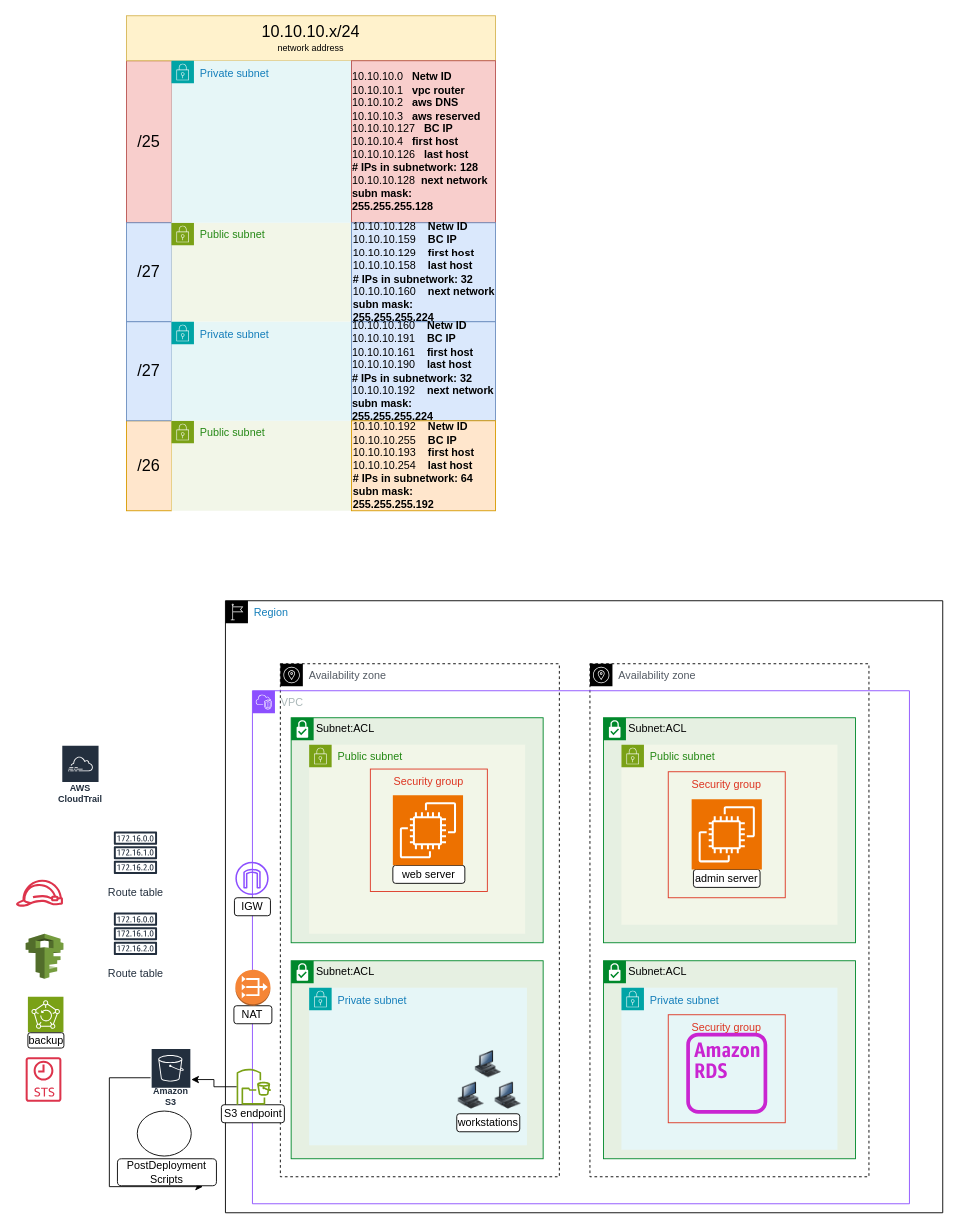
Above: 10_Final_Project/v1.0/FinalProject-v1.0.drawio in techgrounds/techgrounds-FvL69-1 (draw.io), before the change. Source tidied: cells renumbered, new cells numbered last; positions are measured from the earlier drawing's top-left corner, leaving out a move shared by most shapes. Both pictures are drawn from the tidied source at 90%, with x=0, y=0 at pixel (15, 15).
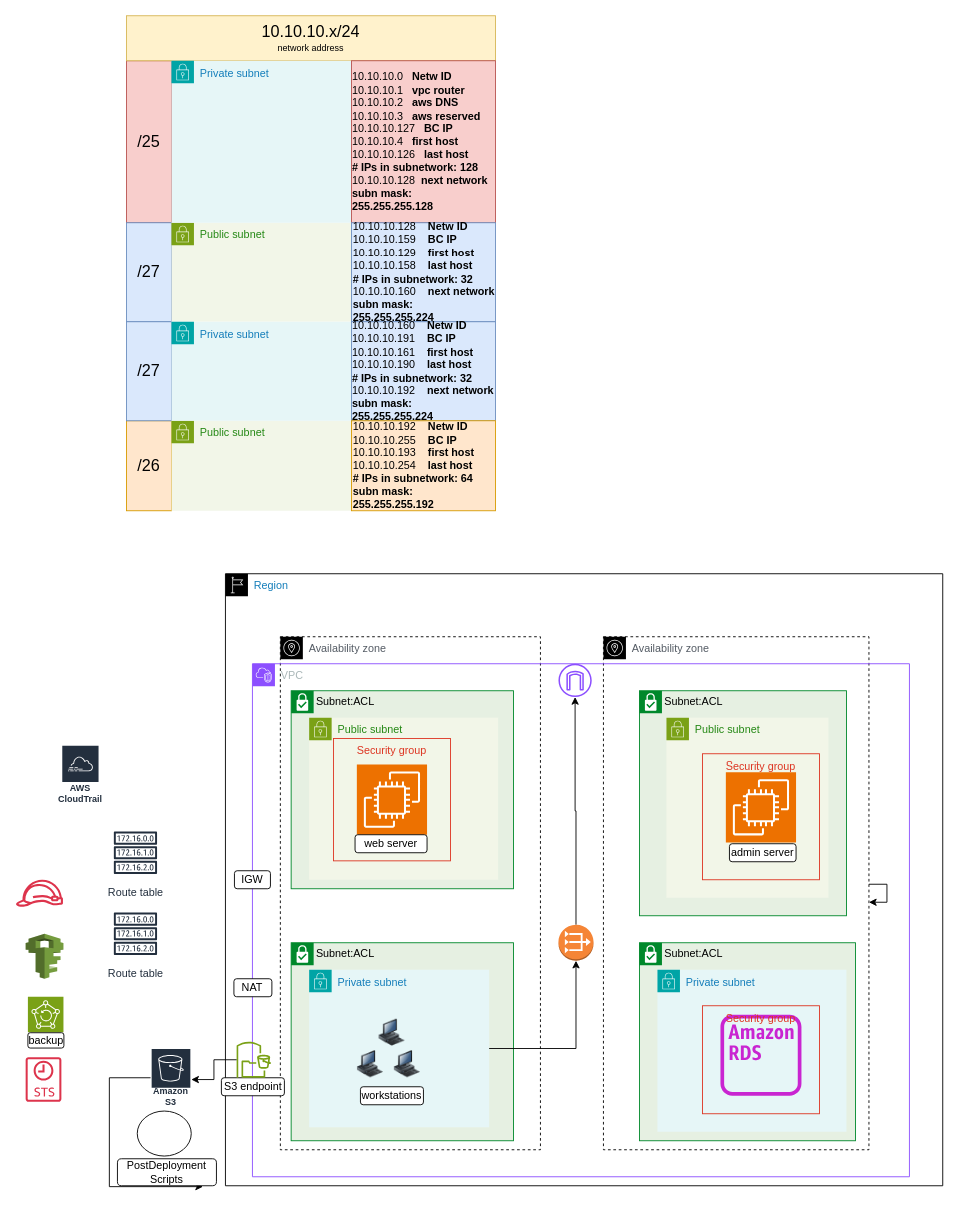
The same diagram, later.

The change refers to these unchanged cells:
```xml
<mxCell id="20" value="VPC" style="gradientColor=none;html=1;whiteSpace=wrap;fontSize=12;fontStyle=0;shape=mxgraph.aws4.group;grIcon=mxgraph.aws4.group_vpc2;strokeColor=#8C4FFF;fillColor=none;verticalAlign=top;align=left;spacingLeft=30;fontColor=#AAB7B8;dashed=0;" parent="2" vertex="1">
  <mxGeometry x="30" y="100" width="730" height="570" as="geometry" />
</mxCell>
```

Change to the diagram source:
```diff
@@
     <mxCell id="2" value="Region" style="gradientColor=none;html=1;whiteSpace=wrap;fontSize=12;fontStyle=0;shape=mxgraph.aws4.group;grIcon=mxgraph.aws4.group_region;strokeColor=default;fillColor=none;verticalAlign=top;align=left;spacingLeft=30;fontColor=#147EBA;" parent="1" vertex="1">
-      <mxGeometry x="233" y="650" width="797" height="680" as="geometry" />
+      <mxGeometry x="233" y="620" width="797" height="680" as="geometry" />
     </mxCell>
     <mxCell id="3" value="Availability zone" style="sketch=0;gradientColor=none;html=1;whiteSpace=wrap;fontSize=12;fontStyle=0;shape=mxgraph.aws4.group;grIcon=mxgraph.aws4.group_availability_zone;strokeColor=#000000;fillColor=none;verticalAlign=top;align=left;spacingLeft=30;fontColor=#545B64;dashed=1;" parent="2" vertex="1">
-      <mxGeometry x="61" y="70" width="310" height="570" as="geometry" />
+      <mxGeometry x="61" y="70" width="289" height="570" as="geometry" />
     </mxCell>
-    <mxCell id="4" value="Subnet:ACL" style="shape=mxgraph.ibm.box;prType=subnet;fontStyle=0;verticalAlign=top;align=left;spacingLeft=32;spacingTop=4;fillColor=#E6F0E2;rounded=0;whiteSpace=wrap;html=1;strokeColor=#00882B;strokeWidth=1;dashed=0;spacing=-4;" parent="2" vertex="1">
-      <mxGeometry x="73" y="400" width="280" height="220" as="geometry" />
-    </mxCell>
-    <mxCell id="5" value="Private subnet" style="points=[[0,0],[0.25,0],[0.5,0],[0.75,0],[1,0],[1,0.25],[1,0.5],[1,0.75],[1,1],[0.75,1],[0.5,1],[0.25,1],[0,1],[0,0.75],[0,0.5],[0,0.25]];outlineConnect=0;gradientColor=none;html=1;whiteSpace=wrap;fontSize=12;fontStyle=0;shape=mxgraph.aws4.group;grIcon=mxgraph.aws4.group_security_group;grStroke=0;strokeColor=#00A4A6;fillColor=#E6F6F7;verticalAlign=top;align=left;spacingLeft=30;fontColor=#147EBA;dashed=0;" parent="4" vertex="1">
-      <mxGeometry x="20" y="30" width="242" height="175" as="geometry" />
-    </mxCell>
-    <mxCell id="6" style="image;html=1;image=img/lib/clip_art/computers/Workstation_128x128.png;" parent="5" vertex="1">
-      <mxGeometry x="184" y="70" width="30" height="30" as="geometry" />
-    </mxCell>
-    <mxCell id="7" value="workstations" style="rounded=1;whiteSpace=wrap;html=1;" parent="5" vertex="1">
-      <mxGeometry x="164" y="140" width="70" height="20" as="geometry" />
-    </mxCell>
-    <mxCell id="8" style="image;html=1;image=img/lib/clip_art/computers/Workstation_128x128.png;" parent="4" vertex="1">
-      <mxGeometry x="220" y="135" width="42" height="30" as="geometry" />
-    </mxCell>
-    <mxCell id="9" style="image;html=1;image=img/lib/clip_art/computers/Workstation_128x128.png;" parent="4" vertex="1">
-      <mxGeometry x="180" y="135" width="40" height="30" as="geometry" />
-    </mxCell>
     <mxCell id="10" value="Subnet:ACL" style="shape=mxgraph.ibm.box;prType=subnet;fontStyle=0;verticalAlign=top;align=left;spacingLeft=32;spacingTop=4;fillColor=#E6F0E2;rounded=0;whiteSpace=wrap;html=1;strokeColor=#00882B;strokeWidth=1;dashed=0;spacing=-4;" parent="2" vertex="1">
-      <mxGeometry x="73" y="130" width="280" height="250" as="geometry" />
+      <mxGeometry x="73" y="130" width="247" height="220" as="geometry" />
     </mxCell>
     <mxCell id="11" value="Public subnet" style="gradientColor=none;html=1;whiteSpace=wrap;fontSize=12;fontStyle=0;shape=mxgraph.aws4.group;grIcon=mxgraph.aws4.group_security_group;grStroke=0;strokeColor=#7AA116;fillColor=#F2F6E8;verticalAlign=top;align=left;spacingLeft=30;fontColor=#248814;dashed=0;" parent="10" vertex="1">
-      <mxGeometry x="20" y="30" width="240" height="210" as="geometry" />
+      <mxGeometry x="20" y="30" width="210" height="180" as="geometry" />
     </mxCell>
-    <mxCell id="12" value="web server" style="rounded=1;whiteSpace=wrap;html=1;" parent="10" vertex="1">
-      <mxGeometry x="113" y="164" width="80" height="20" as="geometry" />
-    </mxCell>
     <mxCell id="13" value="Security group" style="fillColor=none;strokeColor=#DD3522;verticalAlign=top;fontStyle=0;fontColor=#DD3522;whiteSpace=wrap;html=1;" parent="10" vertex="1">
-      <mxGeometry x="88" y="57" width="130" height="136" as="geometry" />
+      <mxGeometry x="47" y="53" width="130" height="136" as="geometry" />
     </mxCell>
     <mxCell id="14" style="sketch=0;fontColor=#232F3E;fillColor=#ED7100;strokeColor=#ffffff;dashed=0;verticalLabelPosition=bottom;verticalAlign=top;align=center;html=1;fontSize=12;fontStyle=0;shape=mxgraph.aws4.resourceIcon;resIcon=mxgraph.aws4.ec2;" parent="10" vertex="1">
-      <mxGeometry x="113" y="86" width="78" height="78" as="geometry" />
+      <mxGeometry x="73" y="82" width="78" height="78" as="geometry" />
     </mxCell>
+    <mxCell id="12" value="web server" style="rounded=1;whiteSpace=wrap;html=1;" parent="10" vertex="1">
+      <mxGeometry x="71" y="160" width="80" height="20" as="geometry" />
+    </mxCell>
     <mxCell id="15" value="Availability zone" style="sketch=0;outlineConnect=0;gradientColor=none;html=1;whiteSpace=wrap;fontSize=12;fontStyle=0;shape=mxgraph.aws4.group;grIcon=mxgraph.aws4.group_availability_zone;strokeColor=default;fillColor=none;verticalAlign=top;align=left;spacingLeft=30;fontColor=#545B64;dashed=1;" parent="2" vertex="1">
-      <mxGeometry x="405" y="70" width="310" height="570" as="geometry" />
+      <mxGeometry x="420" y="70" width="295" height="570" as="geometry" />
     </mxCell>
     <mxCell id="16" value="Subnet:ACL" style="shape=mxgraph.ibm.box;prType=subnet;fontStyle=0;verticalAlign=top;align=left;spacingLeft=32;spacingTop=4;fillColor=#E6F0E2;rounded=0;whiteSpace=wrap;html=1;strokeColor=#00882B;strokeWidth=1;dashed=0;spacing=-4;" parent="2" vertex="1">
-      <mxGeometry x="420" y="130" width="280" height="250" as="geometry" />
+      <mxGeometry x="460" y="130" width="230" height="250" as="geometry" />
     </mxCell>
     <mxCell id="17" value="Public subnet" style="gradientColor=none;html=1;whiteSpace=wrap;fontSize=12;fontStyle=0;shape=mxgraph.aws4.group;grIcon=mxgraph.aws4.group_security_group;grStroke=0;strokeColor=#7AA116;fillColor=#F2F6E8;verticalAlign=top;align=left;spacingLeft=30;fontColor=#248814;dashed=0;" parent="16" vertex="1">
-      <mxGeometry x="20" y="30" width="240" height="200" as="geometry" />
+      <mxGeometry x="30" y="30" width="180" height="200" as="geometry" />
     </mxCell>
+    <mxCell id="25" value="Security group" style="fillColor=none;strokeColor=#DD3522;verticalAlign=top;fontStyle=0;fontColor=#DD3522;whiteSpace=wrap;html=1;" parent="16" vertex="1">
+      <mxGeometry x="70" y="70" width="130" height="140" as="geometry" />
+    </mxCell>
+    <mxCell id="23" value="admin server" style="rounded=1;whiteSpace=wrap;html=1;" parent="16" vertex="1">
+      <mxGeometry x="100" y="170" width="74" height="20" as="geometry" />
+    </mxCell>
     <mxCell id="18" value="Subnet:ACL" style="shape=mxgraph.ibm.box;prType=subnet;fontStyle=0;verticalAlign=top;align=left;spacingLeft=32;spacingTop=4;fillColor=#E6F0E2;rounded=0;whiteSpace=wrap;html=1;strokeColor=#00882B;strokeWidth=1;dashed=0;spacing=-4;" parent="2" vertex="1">
-      <mxGeometry x="420" y="400" width="280" height="220" as="geometry" />
+      <mxGeometry x="460" y="410" width="240" height="220" as="geometry" />
     </mxCell>
     <mxCell id="19" value="Private subnet" style="gradientColor=none;html=1;whiteSpace=wrap;fontSize=12;fontStyle=0;shape=mxgraph.aws4.group;grIcon=mxgraph.aws4.group_security_group;grStroke=0;strokeColor=#00A4A6;fillColor=#E6F6F7;verticalAlign=top;align=left;spacingLeft=30;fontColor=#147EBA;dashed=0;" parent="18" vertex="1">
-      <mxGeometry x="20" y="30" width="240" height="180" as="geometry" />
+      <mxGeometry x="20" y="30" width="210" height="180" as="geometry" />
     </mxCell>
@@
     <mxCell id="21" style="sketch=0;outlineConnect=0;fontColor=#232F3E;gradientColor=none;fillColor=#8C4FFF;strokeColor=none;dashed=0;verticalLabelPosition=bottom;verticalAlign=top;align=center;html=1;fontSize=12;fontStyle=0;shape=mxgraph.aws4.internet_gateway;" parent="20" vertex="1">
-      <mxGeometry x="-19" y="190" width="37" height="37" as="geometry" />
+      <mxGeometry x="340" width="37" height="37" as="geometry" />
     </mxCell>
@@
-    <mxCell id="23" value="admin server" style="rounded=1;whiteSpace=wrap;html=1;" parent="20" vertex="1">
-      <mxGeometry x="490" y="198.5" width="74" height="20" as="geometry" />
-    </mxCell>
     <mxCell id="24" style="sketch=0;fontColor=#232F3E;fillColor=#ED7100;strokeColor=#ffffff;dashed=0;verticalLabelPosition=bottom;verticalAlign=top;align=center;html=1;fontSize=12;fontStyle=0;shape=mxgraph.aws4.resourceIcon;resIcon=mxgraph.aws4.ec2;" parent="20" vertex="1">
-      <mxGeometry x="488" y="120.5" width="78" height="78" as="geometry" />
+      <mxGeometry x="526" y="120.5" width="78" height="78" as="geometry" />
     </mxCell>
-    <mxCell id="25" value="Security group" style="fillColor=none;strokeColor=#DD3522;verticalAlign=top;fontStyle=0;fontColor=#DD3522;whiteSpace=wrap;html=1;" parent="20" vertex="1">
-      <mxGeometry x="462" y="90" width="130" height="140" as="geometry" />
-    </mxCell>
     <mxCell id="26" style="sketch=0;fontColor=#232F3E;gradientColor=none;fillColor=#C925D1;strokeColor=none;dashed=0;verticalLabelPosition=bottom;verticalAlign=top;align=center;html=1;fontSize=12;fontStyle=0;shape=mxgraph.aws4.rds_instance_alt;" parent="20" vertex="1">
-      <mxGeometry x="482" y="380" width="90" height="90" as="geometry" />
+      <mxGeometry x="520" y="390" width="90" height="90" as="geometry" />
     </mxCell>
     <mxCell id="27" value="Security group" style="fillColor=none;strokeColor=#DD3522;verticalAlign=top;fontStyle=0;fontColor=#DD3522;whiteSpace=wrap;html=1;" parent="20" vertex="1">
-      <mxGeometry x="462" y="360" width="130" height="120" as="geometry" />
+      <mxGeometry x="500" y="380" width="130" height="120" as="geometry" />
     </mxCell>
@@
+    <mxCell id="4" value="Subnet:ACL" style="shape=mxgraph.ibm.box;prType=subnet;fontStyle=0;verticalAlign=top;align=left;spacingLeft=32;spacingTop=4;fillColor=#E6F0E2;rounded=0;whiteSpace=wrap;html=1;strokeColor=#00882B;strokeWidth=1;dashed=0;spacing=-4;" parent="20" vertex="1">
+      <mxGeometry x="43" y="310" width="247" height="220" as="geometry" />
+    </mxCell>
+    <mxCell id="5" value="Private subnet" style="points=[[0,0],[0.25,0],[0.5,0],[0.75,0],[1,0],[1,0.25],[1,0.5],[1,0.75],[1,1],[0.75,1],[0.5,1],[0.25,1],[0,1],[0,0.75],[0,0.5],[0,0.25]];outlineConnect=0;gradientColor=none;html=1;whiteSpace=wrap;fontSize=12;fontStyle=0;shape=mxgraph.aws4.group;grIcon=mxgraph.aws4.group_security_group;grStroke=0;strokeColor=#00A4A6;fillColor=#E6F6F7;verticalAlign=top;align=left;spacingLeft=30;fontColor=#147EBA;dashed=0;" parent="4" vertex="1">
+      <mxGeometry x="20" y="30" width="200" height="175" as="geometry" />
+    </mxCell>
+    <mxCell id="6" style="image;html=1;image=img/lib/clip_art/computers/Workstation_128x128.png;" parent="5" vertex="1">
+      <mxGeometry x="77" y="55" width="30" height="30" as="geometry" />
+    </mxCell>
+    <mxCell id="8" style="image;html=1;image=img/lib/clip_art/computers/Workstation_128x128.png;" parent="4" vertex="1">
+      <mxGeometry x="67" y="120" width="42" height="30" as="geometry" />
+    </mxCell>
+    <mxCell id="9" style="image;html=1;image=img/lib/clip_art/computers/Workstation_128x128.png;" parent="4" vertex="1">
+      <mxGeometry x="109" y="120" width="40" height="30" as="geometry" />
+    </mxCell>
+    <mxCell id="7" value="workstations" style="rounded=1;whiteSpace=wrap;html=1;" parent="4" vertex="1">
+      <mxGeometry x="77" y="160" width="70" height="20" as="geometry" />
+    </mxCell>
+    <mxCell id="58" style="edgeStyle=orthogonalEdgeStyle;rounded=0;jettySize=auto;html=1;" parent="20" edge="1" source="31" target="21">
+      <mxGeometry relative="1" as="geometry" />
+    </mxCell>
+    <mxCell id="31" style="outlineConnect=0;dashed=0;verticalLabelPosition=bottom;verticalAlign=top;align=center;html=1;shape=mxgraph.aws3.vpc_nat_gateway;fillColor=#F58536;gradientColor=none;" parent="20" vertex="1">
+      <mxGeometry x="340" y="290" width="39" height="40" as="geometry" />
+    </mxCell>
+    <mxCell id="59" style="edgeStyle=orthogonalEdgeStyle;rounded=0;jettySize=auto;html=1;entryX=0.5;entryY=1;entryDx=0;entryDy=0;entryPerimeter=0;" parent="20" edge="1" source="5" target="31">
+      <mxGeometry relative="1" as="geometry" />
+    </mxCell>
@@
-    <mxCell id="31" style="outlineConnect=0;dashed=0;verticalLabelPosition=bottom;verticalAlign=top;align=center;html=1;shape=mxgraph.aws3.vpc_nat_gateway;fillColor=#F58536;gradientColor=none;" parent="2" vertex="1">
-      <mxGeometry x="11" y="410" width="39" height="40" as="geometry" />
-    </mxCell>
+    <mxCell id="60" style="edgeStyle=orthogonalEdgeStyle;rounded=0;orthogonalLoop=1;jettySize=auto;html=1;" parent="2" edge="1" source="15" target="15">
+      <mxGeometry relative="1" as="geometry" />
+    </mxCell>
```
